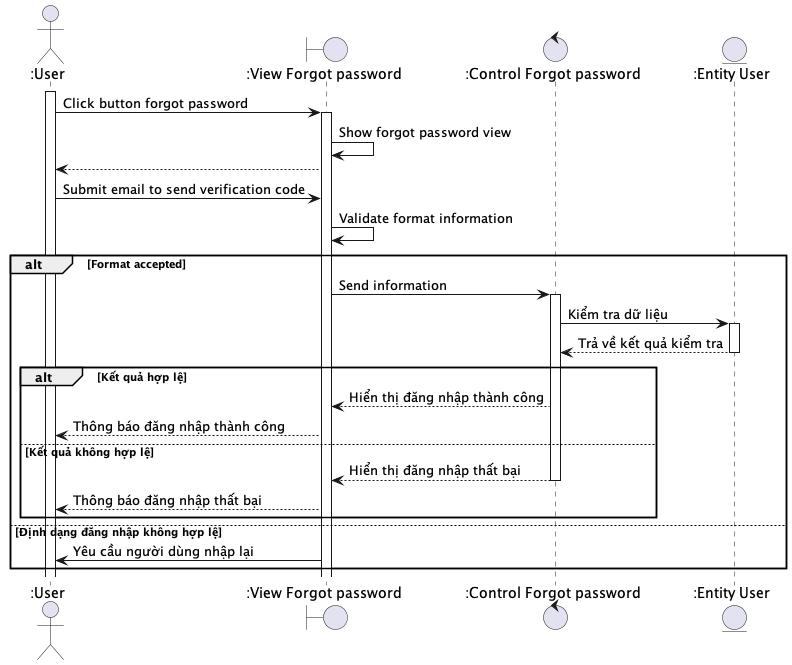
techcomrade/fmECG keeps this PlantUML diagram as latex_thesis/Images/mobile_app/forgot_password.png. Above is the earlier version. The source it was exported from:
```plantuml
@startuml

actor ":User" as User
boundary ":View Forgot password" as ClientApp
control ":Control Forgot password" as Control
entity ":Entity User" as Entity

activate User
User -> ClientApp: Click button forgot password
activate ClientApp
ClientApp -> ClientApp: Show forgot password view
ClientApp --> User
User -> ClientApp: Submit email to send verification code
ClientApp -> ClientApp: Validate format information
alt Format accepted
  ClientApp -> Control: Send information
  activate Control
  Control -> Entity: Kiểm tra dữ liệu
  activate Entity
  Entity --> Control: Trả về kết quả kiểm tra
  deactivate Entity
  alt Kết quả hợp lệ
    Control --> ClientApp: Hiển thị đăng nhập thành công
    ClientApp --> User: Thông báo đăng nhập thành công
  else Kết quả không hợp lệ
    Control --> ClientApp: Hiển thị đăng nhập thất bại
    deactivate Control
    ClientApp --> User: Thông báo đăng nhập thất bại
  end

else Định dạng đăng nhập không hợp lệ
  ClientApp -> User: Yêu cầu người dùng nhập lại
end
@enduml
```
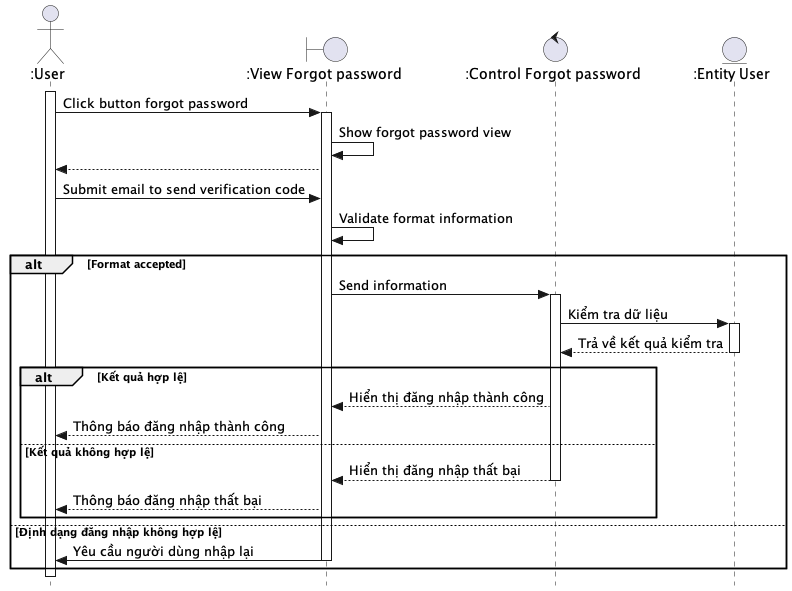
The same diagram one commit later.

The edit, as a diff of the source:
```diff
@@ -30,5 +30,8 @@
 
 else Định dạng đăng nhập không hợp lệ
   ClientApp -> User: Yêu cầu người dùng nhập lại
+  deactivate ClientApp
 end
+
+skinparam style strictuml
 @enduml
```
